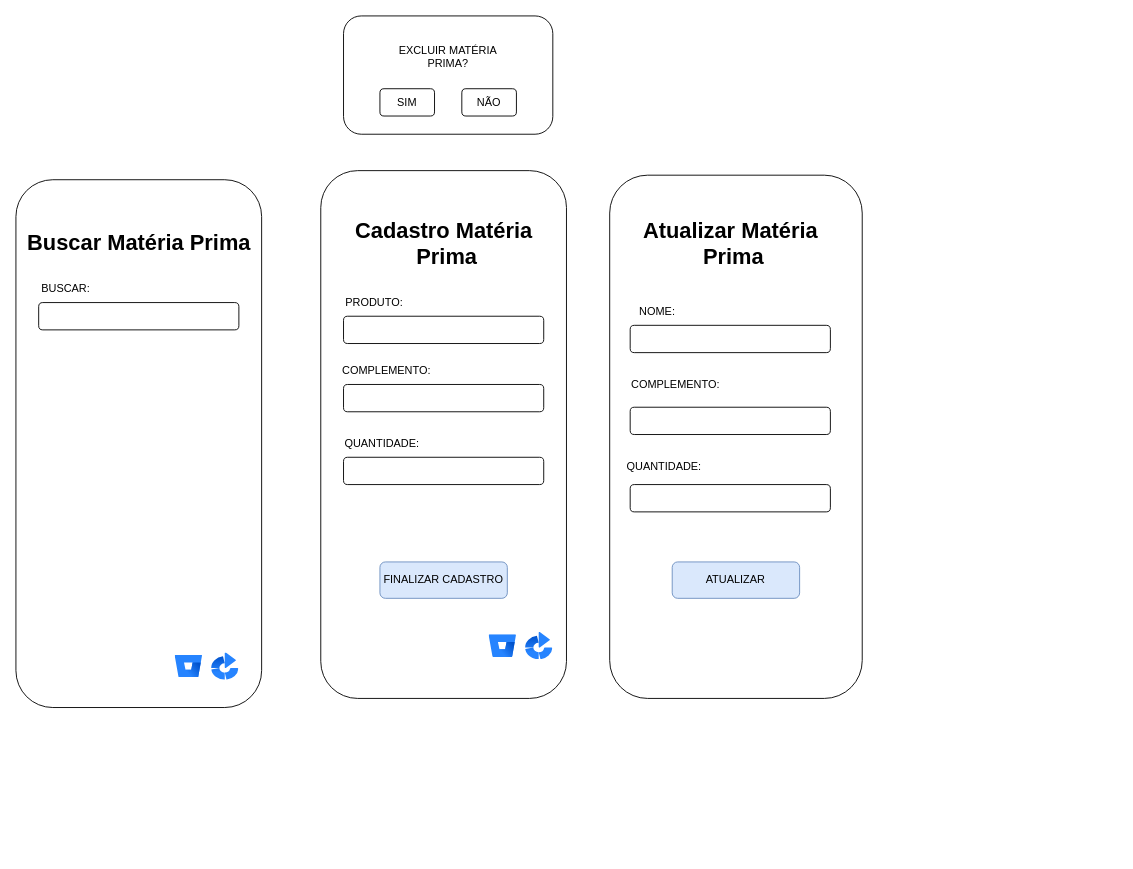
The draw.io diagram page "Página-4" (4 of 4) of DOC/tela.drawio in juliareis14/avatar.app, before the edit. Source tidied: cells renumbered, new cells numbered last; positions are measured from the earlier drawing's top-left corner, leaving out a move shared by most shapes. Both pictures are drawn from the tidied source at 91%, with x=0, y=0 at pixel (15, 15).
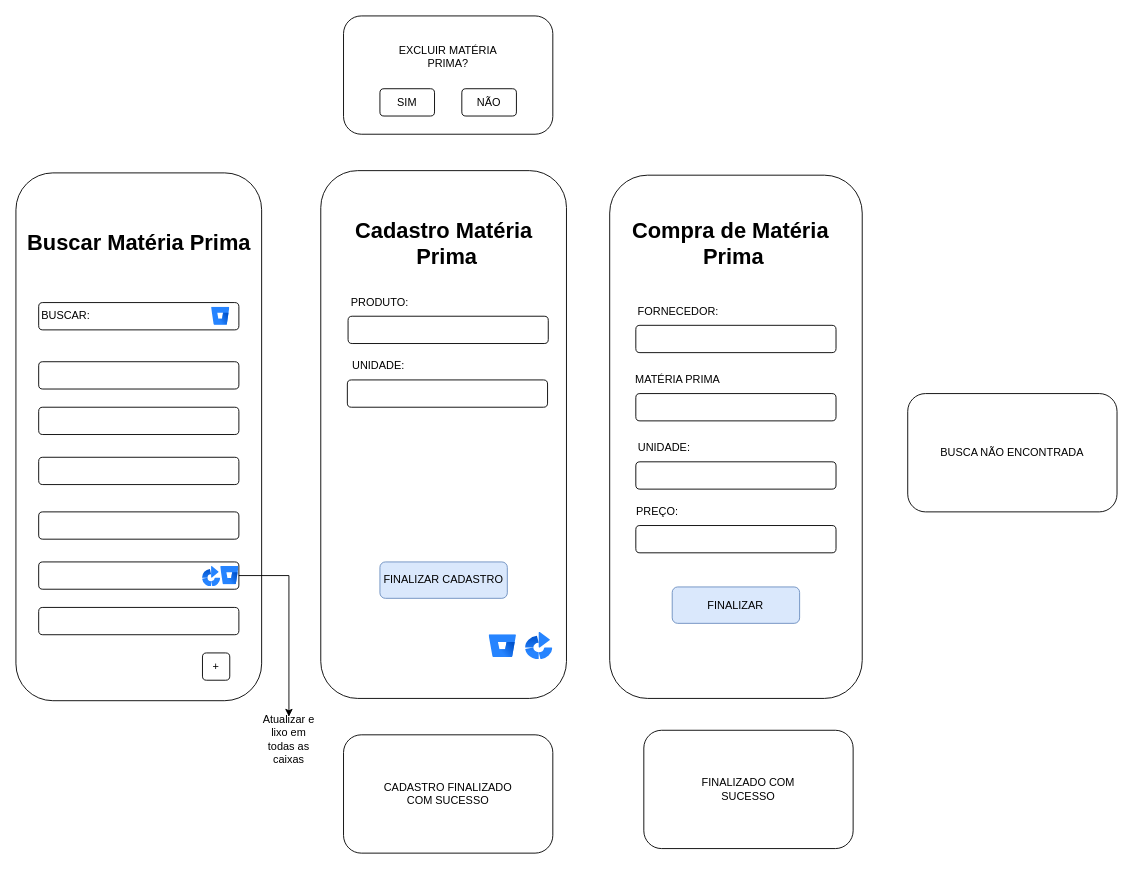
After the change.

What changed in the source:
```diff
@@
+    <mxCell id="32" style="rounded=1;whiteSpace=wrap;html=1;" parent="1" vertex="1">
+      <mxGeometry y="172.5" width="270" height="580" as="geometry" />
+    </mxCell>
@@
     <mxCell id="5" style="rounded=1;whiteSpace=wrap;html=1;" parent="1" vertex="1">
-      <mxGeometry x="360" y="330" width="220" height="30" as="geometry" />
+      <mxGeometry x="365" y="330" width="220" height="30" as="geometry" />
     </mxCell>
-    <mxCell id="6" style="rounded=1;whiteSpace=wrap;html=1;" parent="1" vertex="1">
-      <mxGeometry x="360" y="405" width="220" height="30" as="geometry" />
-    </mxCell>
     <mxCell id="7" style="rounded=1;whiteSpace=wrap;html=1;" parent="1" vertex="1">
-      <mxGeometry x="360" y="485" width="220" height="30" as="geometry" />
+      <mxGeometry x="364.2" y="400" width="220" height="30" as="geometry" />
     </mxCell>
     <mxCell id="8" value="PRODUTO:" style="text;html=1;align=center;verticalAlign=middle;whiteSpace=wrap;rounded=0;" parent="1" vertex="1">
-      <mxGeometry x="364" y="300" width="60" height="30" as="geometry" />
+      <mxGeometry x="370" y="300" width="60" height="30" as="geometry" />
     </mxCell>
-    <mxCell id="9" value="COMPLEMENTO:" style="text;html=1;align=center;verticalAlign=middle;whiteSpace=wrap;rounded=0;" parent="1" vertex="1">
-      <mxGeometry x="364" y="375" width="86.5" height="30" as="geometry" />
-    </mxCell>
-    <mxCell id="10" value="QUANTIDADE:" style="text;html=1;align=center;verticalAlign=middle;whiteSpace=wrap;rounded=0;" parent="1" vertex="1">
-      <mxGeometry x="360" y="455" width="85" height="30" as="geometry" />
+    <mxCell id="10" value="UNIDADE:" style="text;html=1;align=center;verticalAlign=middle;whiteSpace=wrap;rounded=0;" parent="1" vertex="1">
+      <mxGeometry x="355.8" y="370" width="85" height="30" as="geometry" />
     </mxCell>
@@
-    <mxCell id="14" style="rounded=1;whiteSpace=wrap;html=1;" parent="1" vertex="1">
-      <mxGeometry y="180" width="270" height="580" as="geometry" />
-    </mxCell>
@@
     <mxCell id="17" value="BUSCAR:" style="text;html=1;align=center;verticalAlign=middle;whiteSpace=wrap;rounded=0;" parent="1" vertex="1">
-      <mxGeometry x="25" y="285" width="60" height="30" as="geometry" />
+      <mxGeometry x="25" y="315" width="60" height="30" as="geometry" />
     </mxCell>
-    <mxCell id="18" value="Atualizar Matéria&lt;div&gt;&amp;nbsp;Prima&lt;/div&gt;" style="text;strokeColor=none;fillColor=none;html=1;fontSize=24;fontStyle=1;verticalAlign=middle;align=center;" parent="1" vertex="1">
+    <mxCell id="18" value="Compra de Matéria&lt;div&gt;&amp;nbsp;Prima&lt;/div&gt;" style="text;strokeColor=none;fillColor=none;html=1;fontSize=24;fontStyle=1;verticalAlign=middle;align=center;" parent="1" vertex="1">
       <mxGeometry x="735" y="230" width="100" height="40" as="geometry" />
     </mxCell>
     <mxCell id="19" style="rounded=1;whiteSpace=wrap;html=1;" parent="1" vertex="1">
-      <mxGeometry x="675" y="340" width="220" height="30" as="geometry" />
+      <mxGeometry x="681.2" y="340" width="220" height="30" as="geometry" />
     </mxCell>
     <mxCell id="20" style="rounded=1;whiteSpace=wrap;html=1;" parent="1" vertex="1">
-      <mxGeometry x="675" y="430" width="220" height="30" as="geometry" />
+      <mxGeometry x="681.2" y="415" width="220" height="30" as="geometry" />
     </mxCell>
     <mxCell id="21" style="rounded=1;whiteSpace=wrap;html=1;" parent="1" vertex="1">
-      <mxGeometry x="675" y="515" width="220" height="30" as="geometry" />
+      <mxGeometry x="681.2" y="490" width="220" height="30" as="geometry" />
     </mxCell>
-    <mxCell id="22" value="NOME:" style="text;html=1;align=center;verticalAlign=middle;whiteSpace=wrap;rounded=0;" parent="1" vertex="1">
-      <mxGeometry x="675" y="310" width="60" height="30" as="geometry" />
+    <mxCell id="22" value="FORNECEDOR:" style="text;html=1;align=center;verticalAlign=middle;whiteSpace=wrap;rounded=0;" parent="1" vertex="1">
+      <mxGeometry x="697.5" y="310" width="60" height="30" as="geometry" />
     </mxCell>
-    <mxCell id="23" value="COMPLEMENTO:" style="text;html=1;align=center;verticalAlign=middle;whiteSpace=wrap;rounded=0;" parent="1" vertex="1">
-      <mxGeometry x="695" y="390" width="60" height="30" as="geometry" />
+    <mxCell id="23" value="MATÉRIA PRIMA" style="text;html=1;align=center;verticalAlign=middle;whiteSpace=wrap;rounded=0;" parent="1" vertex="1">
+      <mxGeometry x="670" y="385" width="115" height="30" as="geometry" />
     </mxCell>
-    <mxCell id="24" value="QUANTIDADE:" style="text;html=1;align=center;verticalAlign=middle;whiteSpace=wrap;rounded=0;" parent="1" vertex="1">
-      <mxGeometry x="670" y="480" width="85" height="30" as="geometry" />
+    <mxCell id="24" value="UNIDADE:" style="text;html=1;align=center;verticalAlign=middle;whiteSpace=wrap;rounded=0;" parent="1" vertex="1">
+      <mxGeometry x="670" y="460" width="85" height="30" as="geometry" />
     </mxCell>
-    <mxCell id="25" value="ATUALIZAR" style="rounded=1;whiteSpace=wrap;html=1;fillColor=#dae8fc;strokeColor=#6c8ebf;" parent="1" vertex="1">
-      <mxGeometry x="721.2" y="600" width="140" height="40" as="geometry" />
+    <mxCell id="25" value="FINALIZAR" style="rounded=1;whiteSpace=wrap;html=1;fillColor=#dae8fc;strokeColor=#6c8ebf;" parent="1" vertex="1">
+      <mxGeometry x="721.2" y="627.5" width="140" height="40" as="geometry" />
     </mxCell>
@@
-    <mxCell id="30" style="image;html=1;image=img/lib/atlassian/Bitbucket_Logo.svg;" parent="1" vertex="1">
-      <mxGeometry x="175" y="702.5" width="30" height="25" as="geometry" />
-    </mxCell>
-    <mxCell id="31" style="image;html=1;image=img/lib/atlassian/Bamboo_Logo.svg;direction=east;" parent="1" vertex="1">
-      <mxGeometry x="215" y="700" width="30" height="30" as="geometry" />
-    </mxCell>
+    <mxCell id="33" style="image;html=1;image=img/lib/atlassian/Bitbucket_Logo.svg;" parent="1" vertex="1">
+      <mxGeometry x="215" y="320" width="20" height="20" as="geometry" />
+    </mxCell>
+    <mxCell id="34" style="rounded=1;whiteSpace=wrap;html=1;" parent="1" vertex="1">
+      <mxGeometry x="360" y="790" width="230" height="130" as="geometry" />
+    </mxCell>
+    <mxCell id="35" value="CADASTRO FINALIZADO&lt;div&gt;COM SUCESSO&lt;/div&gt;" style="text;html=1;align=center;verticalAlign=middle;whiteSpace=wrap;rounded=0;" parent="1" vertex="1">
+      <mxGeometry x="400" y="820" width="150" height="70" as="geometry" />
+    </mxCell>
+    <mxCell id="36" style="rounded=1;whiteSpace=wrap;html=1;" parent="1" vertex="1">
+      <mxGeometry x="690" y="785" width="230" height="130" as="geometry" />
+    </mxCell>
+    <mxCell id="37" value="FINALIZADO COM SUCESSO" style="text;html=1;align=center;verticalAlign=middle;whiteSpace=wrap;rounded=0;" parent="1" vertex="1">
+      <mxGeometry x="740" y="820" width="130" height="60" as="geometry" />
+    </mxCell>
+    <mxCell id="38" value="BUSCA NÃO ENCONTRADA" style="rounded=1;whiteSpace=wrap;html=1;" parent="1" vertex="1">
+      <mxGeometry x="980" y="415" width="230" height="130" as="geometry" />
+    </mxCell>
+    <mxCell id="39" style="rounded=1;whiteSpace=wrap;html=1;" parent="1" vertex="1">
+      <mxGeometry x="25" y="380" width="220" height="30" as="geometry" />
+    </mxCell>
+    <mxCell id="40" style="rounded=1;whiteSpace=wrap;html=1;" parent="1" vertex="1">
+      <mxGeometry x="25" y="430" width="220" height="30" as="geometry" />
+    </mxCell>
+    <mxCell id="41" style="rounded=1;whiteSpace=wrap;html=1;" parent="1" vertex="1">
+      <mxGeometry x="25" y="485" width="220" height="30" as="geometry" />
+    </mxCell>
+    <mxCell id="42" style="rounded=1;whiteSpace=wrap;html=1;" parent="1" vertex="1">
+      <mxGeometry x="25" y="545" width="220" height="30" as="geometry" />
+    </mxCell>
+    <mxCell id="43" style="rounded=1;whiteSpace=wrap;html=1;" parent="1" vertex="1">
+      <mxGeometry x="25" y="600" width="220" height="30" as="geometry" />
+    </mxCell>
+    <mxCell id="44" style="rounded=1;whiteSpace=wrap;html=1;" parent="1" vertex="1">
+      <mxGeometry x="25" y="650" width="220" height="30" as="geometry" />
+    </mxCell>
+    <mxCell id="45" style="edgeStyle=orthogonalEdgeStyle;rounded=0;jettySize=auto;html=1;" parent="1" edge="1" source="46">
+      <mxGeometry relative="1" as="geometry">
+        <mxPoint x="300" y="770" as="targetPoint" />
+        <Array as="points">
+          <mxPoint x="300" y="615" />
+        </Array>
+      </mxGeometry>
+    </mxCell>
+    <mxCell id="46" style="image;html=1;image=img/lib/atlassian/Bitbucket_Logo.svg;" parent="1" vertex="1">
+      <mxGeometry x="225" y="605" width="20" height="20" as="geometry" />
+    </mxCell>
+    <mxCell id="47" value="Atualizar e lixo em todas as caixas" style="text;html=1;align=center;verticalAlign=middle;whiteSpace=wrap;rounded=0;" parent="1" vertex="1">
+      <mxGeometry x="270" y="780" width="60" height="30" as="geometry" />
+    </mxCell>
+    <mxCell id="48" style="image;html=1;image=img/lib/atlassian/Bamboo_Logo.svg;direction=east;" parent="1" vertex="1">
+      <mxGeometry x="205" y="605" width="20" height="22.5" as="geometry" />
+    </mxCell>
+    <mxCell id="49" value="+" style="rounded=1;whiteSpace=wrap;html=1;direction=south;" parent="1" vertex="1">
+      <mxGeometry x="205" y="700" width="30" height="30" as="geometry" />
+    </mxCell>
+    <mxCell id="50" style="rounded=1;whiteSpace=wrap;html=1;" parent="1" vertex="1">
+      <mxGeometry x="681.2" y="560" width="220" height="30" as="geometry" />
+    </mxCell>
+    <mxCell id="51" value="PREÇO:" style="text;html=1;align=center;verticalAlign=middle;whiteSpace=wrap;rounded=0;" parent="1" vertex="1">
+      <mxGeometry x="675" y="530" width="60" height="30" as="geometry" />
+    </mxCell>
```
